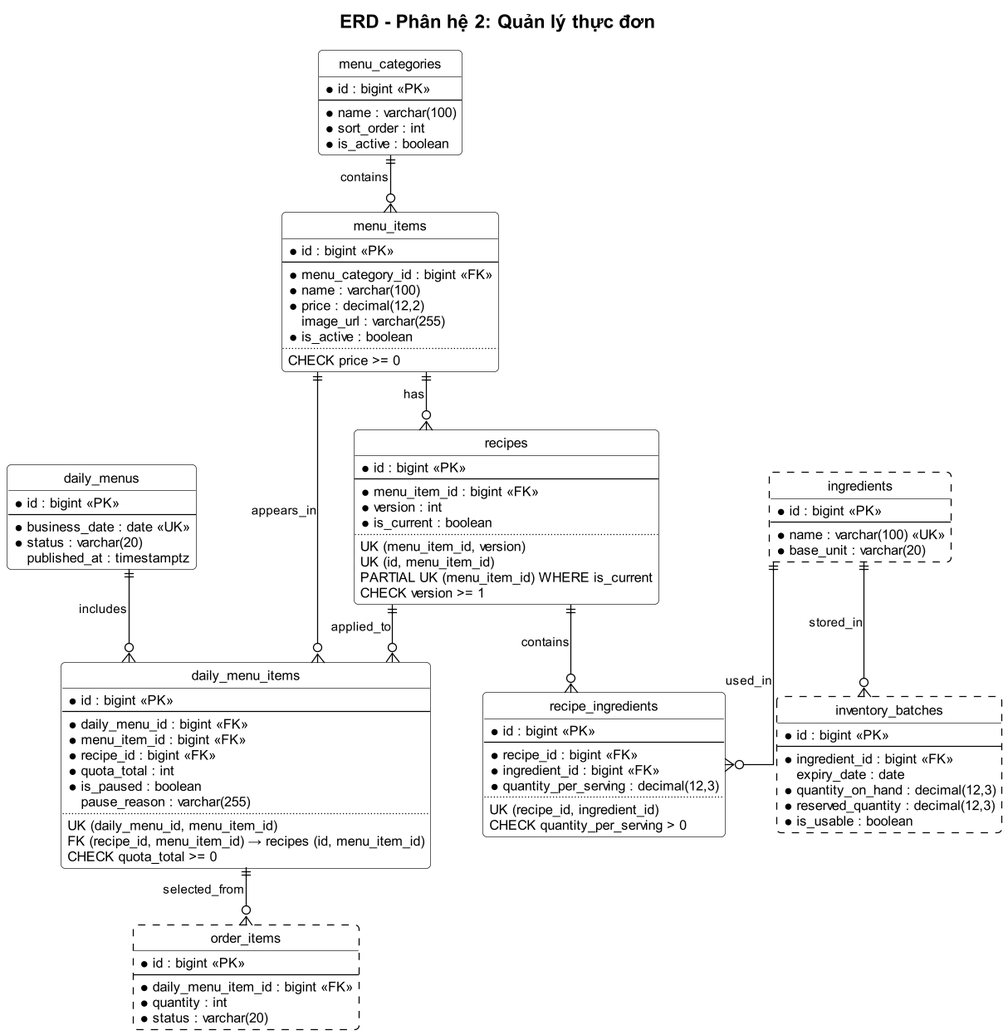
Anpham120/restaurant-management-system keeps this PlantUML diagram as docs/02-quan-ly-thuc-don/erd.png. Above is the earlier version.
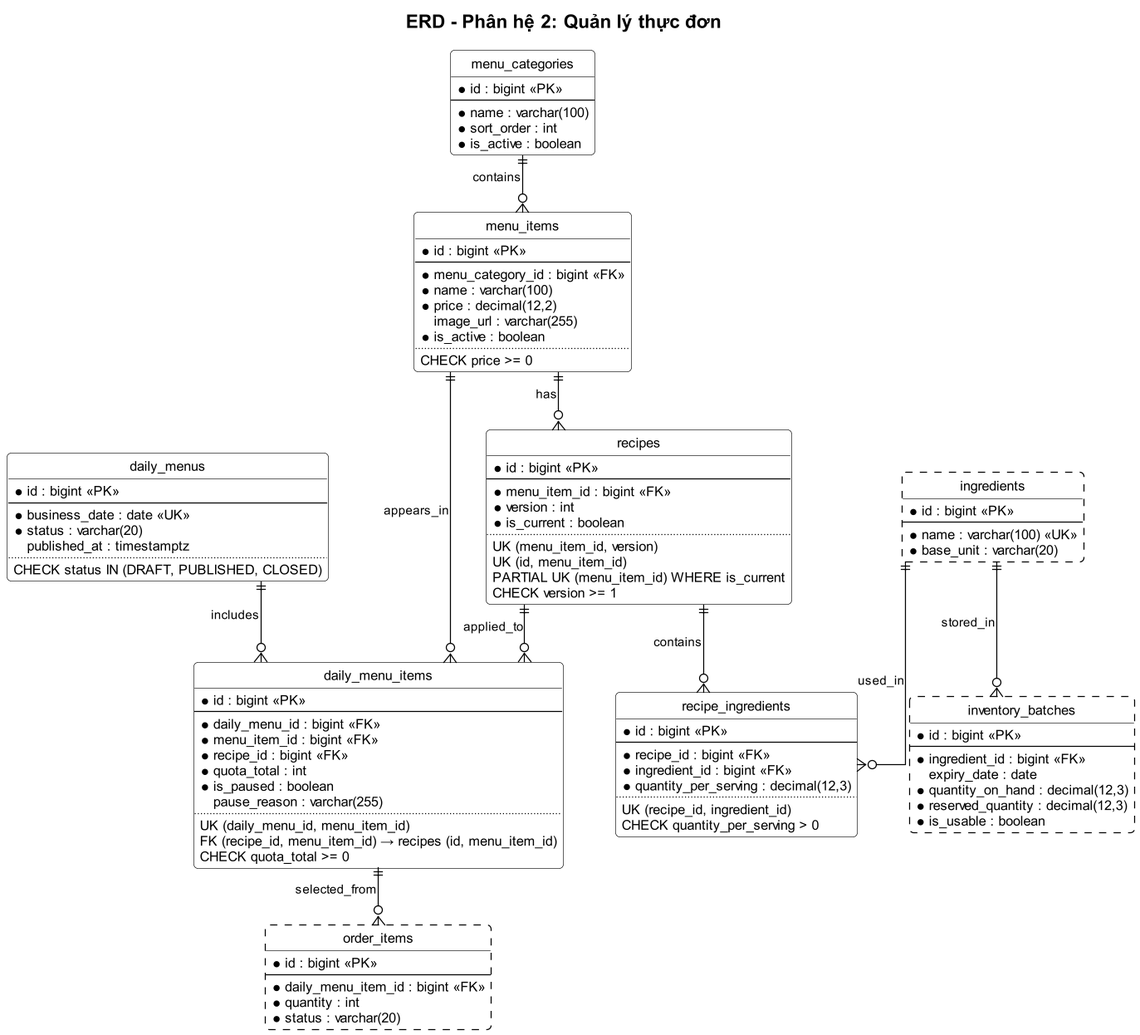
The same diagram one commit later.

Change to the diagram source:
```diff
@@ -13,6 +13,8 @@
   * business_date : date <<UK>>
   * status : varchar(20)
   published_at : timestamptz
+  ..
+  CHECK status IN (DRAFT, PUBLISHED, CLOSED)
 }
 
 entity "menu_categories" as menu_categories {
```
